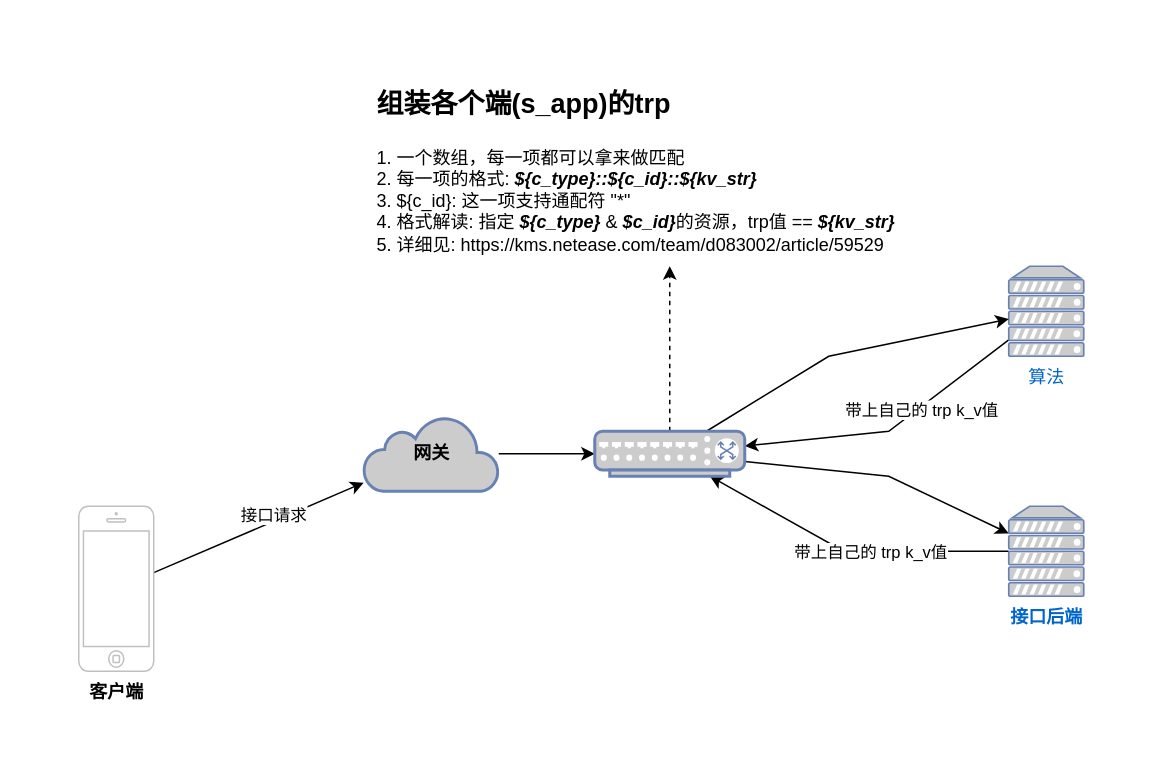
Before: netease/EventTracing/s_ctraceid&s_ctrp.drawio in ShakeShakeMe/diagrams, a draw.io diagram. Source tidied: cells renumbered, new cells numbered last; positions are measured from the earlier drawing's top-left corner, leaving out a move shared by most shapes. Both pictures are drawn from the tidied source at 150%, with x=0, y=0 at pixel (78, 70).
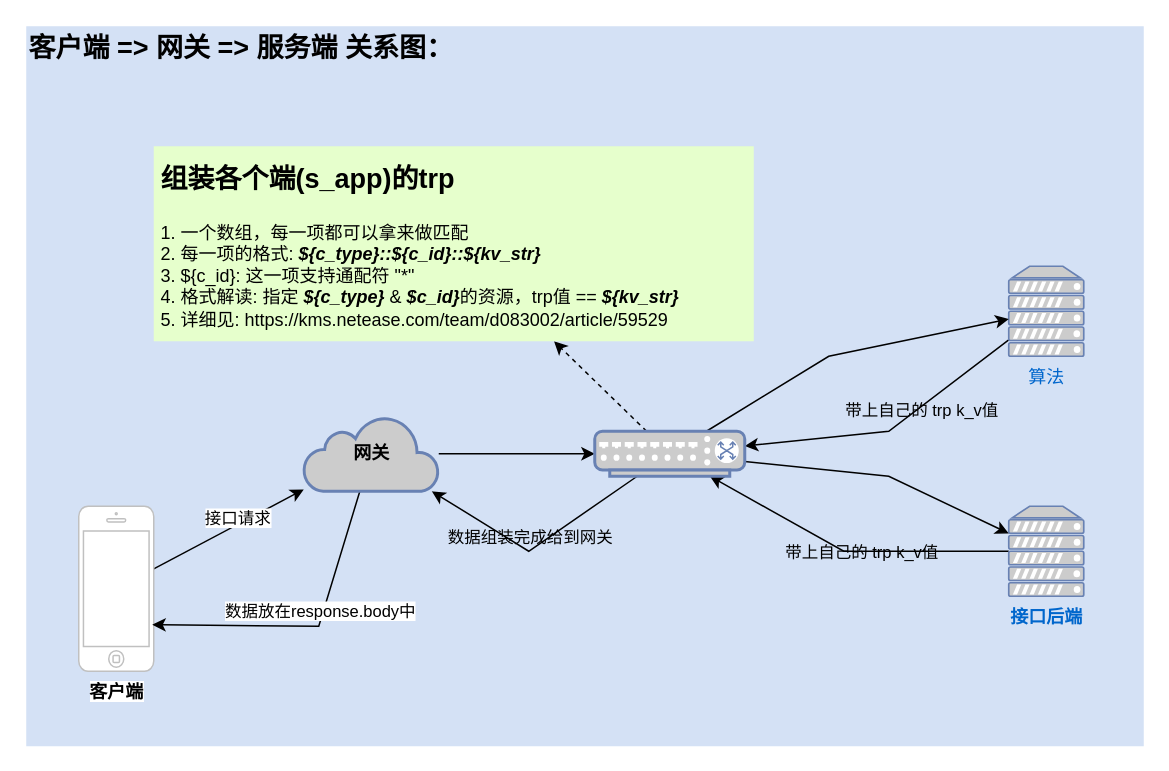
The same diagram, later.

Unchanged cells that the change refers to:
```xml
<mxCell id="4" value="&lt;b&gt;客户端&lt;/b&gt;" style="html=1;verticalLabelPosition=bottom;labelBackgroundColor=#ffffff;verticalAlign=top;shadow=0;dashed=0;strokeWidth=1;shape=mxgraph.ios7.misc.iphone;strokeColor=#c0c0c0;" parent="1" vertex="1">
  <mxGeometry y="290" width="50" height="110" as="geometry" />
</mxCell>
<mxCell id="7" style="edgeStyle=none;rounded=0;jettySize=auto;html=1;fontColor=#000000;" parent="1" edge="1" source="9" target="16">
  <mxGeometry relative="1" as="geometry">
    <Array as="points">
      <mxPoint x="540" y="240" />
    </Array>
  </mxGeometry>
</mxCell>
<mxCell id="10" style="edgeStyle=none;rounded=0;jettySize=auto;html=1;fontColor=#000000;" parent="1" edge="1" source="12" target="16">
  <mxGeometry relative="1" as="geometry">
    <Array as="points">
      <mxPoint x="510" y="320" />
    </Array>
  </mxGeometry>
</mxCell>
<mxCell id="16" style="fontColor=#0066CC;verticalAlign=top;verticalLabelPosition=bottom;labelPosition=center;align=center;html=1;outlineConnect=0;fillColor=#CCCCCC;strokeColor=#6881B3;gradientColor=none;gradientDirection=north;strokeWidth=2;shape=mxgraph.networks.switch;" parent="1" vertex="1">
  <mxGeometry x="344" y="240" width="100" height="30" as="geometry" />
</mxCell>
```

Change to the diagram source:
```diff
@@
+    <mxCell id="18" style="rounded=0;whiteSpace=wrap;html=1;dashed=1;dashPattern=1 1;labelBackgroundColor=none;fontSize=11;fontColor=#000000;strokeColor=none;fillColor=#D4E1F5;" parent="1" vertex="1">
+      <mxGeometry x="-35" y="-30" width="745" height="480" as="geometry" />
+    </mxCell>
@@
+    <mxCell id="19" style="edgeStyle=none;rounded=0;jettySize=auto;html=1;fontSize=11;fontColor=#000000;entryX=0.98;entryY=0.718;entryDx=0;entryDy=0;entryPerimeter=0;" parent="1" edge="1" source="6" target="4">
+      <mxGeometry relative="1" as="geometry">
+        <Array as="points">
+          <mxPoint x="160" y="370" />
+        </Array>
+      </mxGeometry>
+    </mxCell>
+    <mxCell id="20" value="数据放在response.body中" style="edgeLabel;html=1;align=center;verticalAlign=middle;fontSize=11;fontColor=#000000;" parent="19" vertex="1">
+      <mxGeometry x="0.17" relative="1" as="geometry">
+        <mxPoint x="26" y="-10" as="offset" />
+      </mxGeometry>
+    </mxCell>
     <mxCell id="6" value="&lt;font color=&quot;#000000&quot;&gt;&lt;b&gt;网关&lt;/b&gt;&lt;/font&gt;" style="html=1;outlineConnect=0;fillColor=#CCCCCC;strokeColor=#6881B3;gradientColor=none;gradientDirection=north;strokeWidth=2;shape=mxgraph.networks.cloud;fontColor=#ffffff;" parent="1" vertex="1">
-      <mxGeometry x="190" y="230" width="90" height="50" as="geometry" />
+      <mxGeometry x="150" y="230" width="90" height="50" as="geometry" />
     </mxCell>
@@
-    <mxCell id="8" value="带上自己的 trp k_v值" style="edgeLabel;html=1;align=center;verticalAlign=middle;fontColor=#000000;" parent="7" vertex="1">
+    <mxCell id="8" value="带上自己的 trp k_v值" style="edgeLabel;html=1;align=center;verticalAlign=middle;fontColor=#000000;labelBackgroundColor=none;" parent="7" vertex="1">
       <mxGeometry x="-0.24" y="1" relative="1" as="geometry">
         <mxPoint x="1" as="offset" />
       </mxGeometry>
     </mxCell>
@@
-    <mxCell id="11" value="带上自己的 trp k_v值" style="edgeLabel;html=1;align=center;verticalAlign=middle;fontColor=#000000;" parent="10" vertex="1">
-      <mxGeometry x="-0.12" relative="1" as="geometry" />
+    <mxCell id="11" value="带上自己的 trp k_v值" style="edgeLabel;html=1;align=center;verticalAlign=middle;fontColor=#000000;labelBackgroundColor=none;" parent="10" vertex="1">
+      <mxGeometry x="-0.12" relative="1" as="geometry">
+        <mxPoint x="-6" as="offset" />
+      </mxGeometry>
     </mxCell>
@@
+    <mxCell id="21" style="edgeStyle=none;rounded=0;jettySize=auto;html=1;fontSize=18;fontColor=#000000;" parent="1" edge="1" source="16" target="6">
+      <mxGeometry relative="1" as="geometry">
+        <Array as="points">
+          <mxPoint x="300" y="320" />
+        </Array>
+      </mxGeometry>
+    </mxCell>
+    <mxCell id="22" value="&lt;font style=&quot;font-size: 11px&quot;&gt;数据组装完成给到网关&lt;/font&gt;" style="edgeLabel;html=1;align=center;verticalAlign=middle;fontSize=18;fontColor=#000000;labelBackgroundColor=none;" parent="21" vertex="1">
+      <mxGeometry x="-0.18" relative="1" as="geometry">
+        <mxPoint x="-17" as="offset" />
+      </mxGeometry>
+    </mxCell>
@@
-    <mxCell id="17" value="&lt;h1&gt;&lt;font style=&quot;font-size: 18px&quot;&gt;组装各个端(s_app)的trp&lt;/font&gt;&lt;/h1&gt;&lt;p&gt;1. 一个数组，每一项都可以拿来做匹配&lt;br&gt;2. 每一项的格式: &lt;i style=&quot;font-weight: bold&quot;&gt;${c_type}::${c_id}::${kv_str}&lt;/i&gt;&lt;br&gt;3. ${c_id}: 这一项支持通配符 &quot;*&quot;&lt;br&gt;4. 格式解读: 指定 &lt;b&gt;&lt;i&gt;${c_type}&lt;/i&gt;&lt;/b&gt; &amp;amp; &lt;b&gt;&lt;i&gt;$c_id}&lt;/i&gt;&lt;/b&gt;的资源，trp值 == &lt;b style=&quot;font-style: italic&quot;&gt;${kv_str}&lt;/b&gt;&lt;br&gt;5. 详细见:&amp;nbsp;https://kms.netease.com/team/d083002/article/59529&lt;/p&gt;" style="text;html=1;strokeColor=none;fillColor=none;spacing=5;spacingTop=-20;whiteSpace=wrap;overflow=hidden;rounded=0;fontColor=#000000;" parent="1" vertex="1">
-      <mxGeometry x="194" width="400" height="130" as="geometry" />
+    <mxCell id="17" value="&lt;h1&gt;&lt;font style=&quot;font-size: 18px&quot;&gt;组装各个端(s_app)的trp&lt;/font&gt;&lt;/h1&gt;&lt;p&gt;1. 一个数组，每一项都可以拿来做匹配&lt;br&gt;2. 每一项的格式: &lt;i style=&quot;font-weight: bold&quot;&gt;${c_type}::${c_id}::${kv_str}&lt;/i&gt;&lt;br&gt;3. ${c_id}: 这一项支持通配符 &quot;*&quot;&lt;br&gt;4. 格式解读: 指定 &lt;b&gt;&lt;i&gt;${c_type}&lt;/i&gt;&lt;/b&gt; &amp;amp; &lt;b&gt;&lt;i&gt;$c_id}&lt;/i&gt;&lt;/b&gt;的资源，trp值 == &lt;b style=&quot;font-style: italic&quot;&gt;${kv_str}&lt;/b&gt;&lt;br&gt;5. 详细见:&amp;nbsp;https://kms.netease.com/team/d083002/article/59529&lt;/p&gt;" style="text;html=1;strokeColor=none;fillColor=#E6FFCC;spacing=5;spacingTop=-20;whiteSpace=wrap;overflow=hidden;rounded=0;fontColor=#000000;dashed=1;dashPattern=1 1;" parent="1" vertex="1">
+      <mxGeometry x="50" y="50" width="400" height="130" as="geometry" />
     </mxCell>
+    <mxCell id="23" value="&lt;font size=&quot;1&quot;&gt;&lt;b style=&quot;font-size: 18px&quot;&gt;客户端 =&amp;gt; 网关 =&amp;gt; 服务端 关系图：&lt;/b&gt;&lt;/font&gt;" style="text;html=1;strokeColor=none;fillColor=none;align=left;verticalAlign=middle;whiteSpace=wrap;rounded=0;dashed=1;dashPattern=1 1;labelBackgroundColor=none;fontSize=11;fontColor=#000000;" parent="1" vertex="1">
+      <mxGeometry x="-35" y="-30" width="335" height="30" as="geometry" />
+    </mxCell>
```
